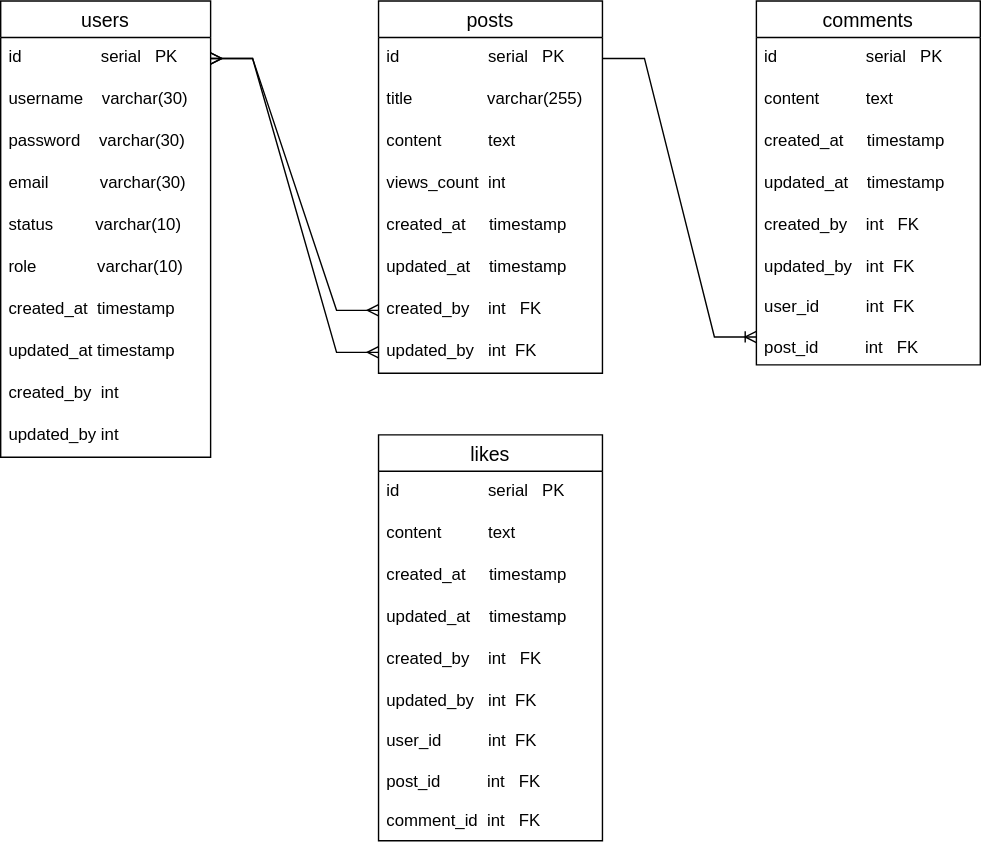
Earlier version of the draw.io export src/main/java/database/ERD.svg (nurcannafi/java-course-turing). Source tidied: cells renumbered, new cells last; positions are measured from the earlier drawing's top-left corner, leaving out a move shared by most shapes.
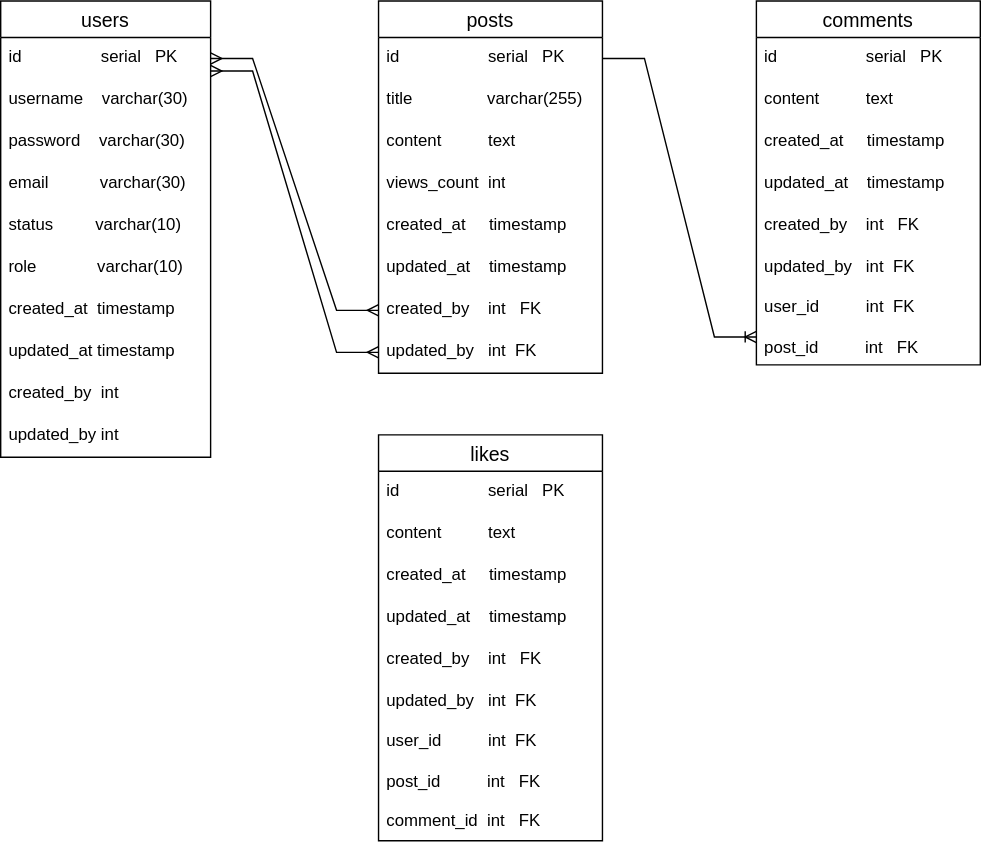
After the commit.

Change to the diagram source:
```diff
@@ -114,8 +114,9 @@
         </Array>
       </mxGeometry>
     </mxCell>
-    <mxCell id="37" style="edgeStyle=entityRelationEdgeStyle;fontSize=12;html=1;endArrow=ERmany;startArrow=ERmany;rounded=0;entryX=0;entryY=0.5;entryDx=0;entryDy=0;" parent="1" edge="1" source="3" target="21">
+    <mxCell id="37" style="edgeStyle=entityRelationEdgeStyle;fontSize=12;html=1;endArrow=ERmany;startArrow=ERmany;rounded=0;entryX=0;entryY=0.5;entryDx=0;entryDy=0;" parent="1" edge="1" target="21">
       <mxGeometry relative="1" as="geometry">
+        <mxPoint x="150" y="100" as="sourcePoint" />
         <Array as="points">
           <mxPoint x="210" y="20" />
         </Array>
```
